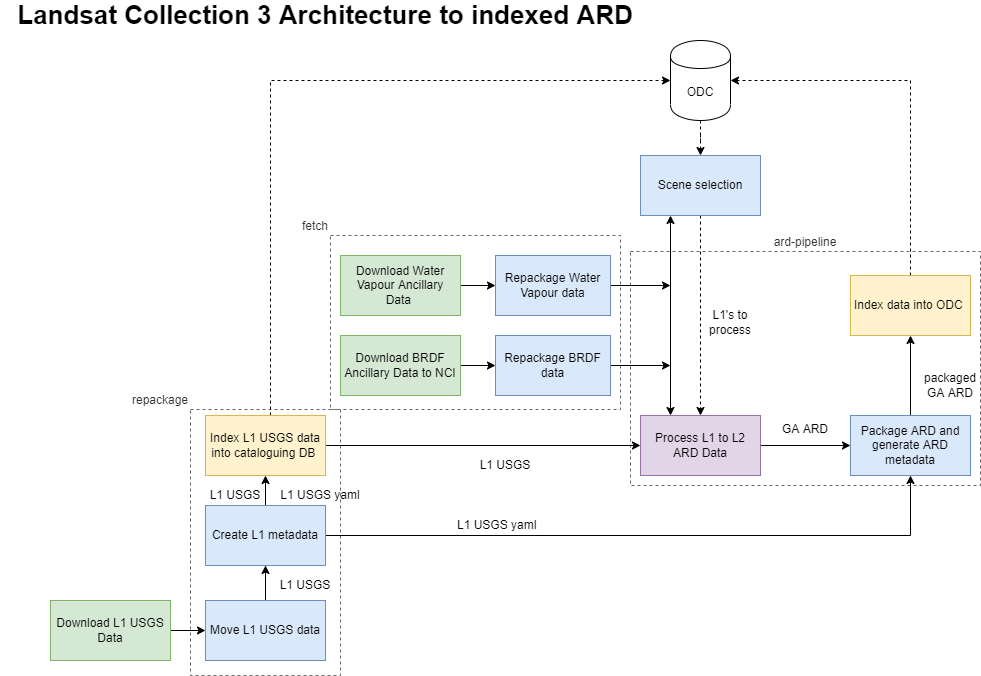
Earlier version of the draw.io export collection3/c3dataflow.drawio.png (dunkgray/dea-document-images). Source tidied: cells renumbered, new cells last; positions are measured from the earlier drawing's top-left corner, leaving out a move shared by most shapes.
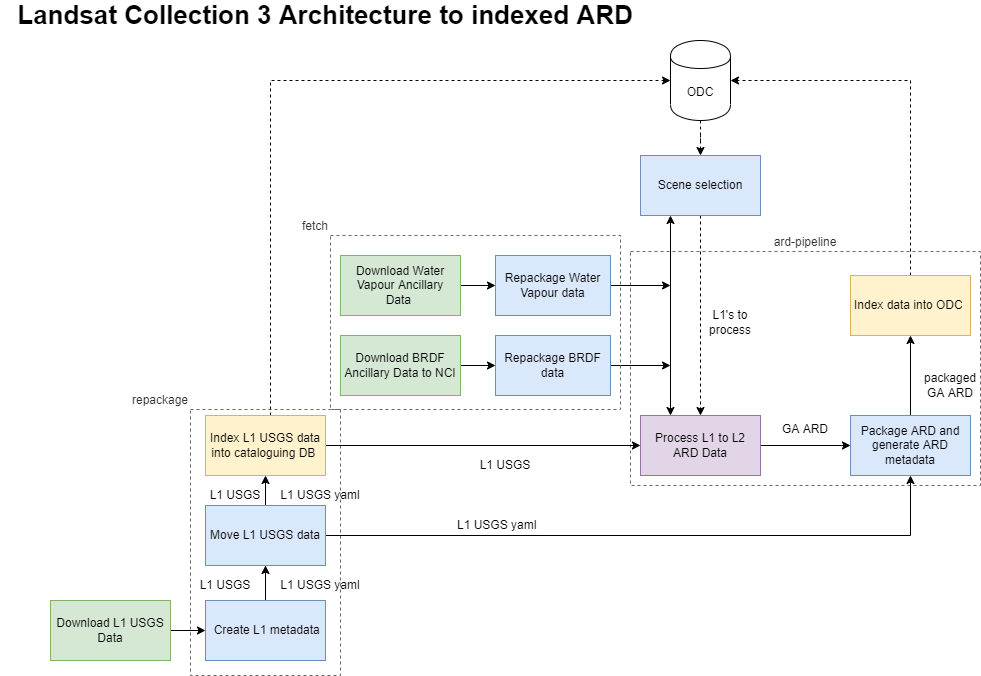
Later version of the same file.

The edit, as a diff of the source:
```diff
@@ -57,7 +57,7 @@
     <mxCell id="18" style="edgeStyle=orthogonalEdgeStyle;rounded=0;jettySize=auto;html=1;" parent="1" edge="1" source="19" target="32">
       <mxGeometry relative="1" as="geometry" />
     </mxCell>
-    <mxCell id="19" value="Move L1 USGS data" style="rounded=0;whiteSpace=wrap;html=1;fillColor=#dae8fc;strokeColor=#6c8ebf;" parent="1" vertex="1">
+    <mxCell id="19" value="&amp;nbsp;Create L1 metadata" style="rounded=0;whiteSpace=wrap;html=1;fillColor=#dae8fc;strokeColor=#6c8ebf;" parent="1" vertex="1">
       <mxGeometry x="205" y="595" width="120" height="60" as="geometry" />
     </mxCell>
     <mxCell id="20" style="edgeStyle=orthogonalEdgeStyle;rounded=0;jettySize=auto;html=1;exitX=1;exitY=0.5;exitDx=0;exitDy=0;entryX=0;entryY=0.5;entryDx=0;entryDy=0;" parent="1" edge="1" source="21" target="36">
@@ -80,7 +80,7 @@
       <mxGeometry x="205" y="410" width="120" height="60" as="geometry" />
     </mxCell>
     <mxCell id="25" value="L1 USGS" style="text;html=1;strokeColor=none;fillColor=none;align=center;verticalAlign=middle;whiteSpace=wrap;rounded=0;" parent="1" vertex="1">
-      <mxGeometry x="270" y="570" width="70" height="20" as="geometry" />
+      <mxGeometry x="190" y="570" width="70" height="20" as="geometry" />
     </mxCell>
     <mxCell id="26" style="edgeStyle=orthogonalEdgeStyle;rounded=0;orthogonalLoop=1;jettySize=auto;html=1;exitX=0.5;exitY=0;exitDx=0;exitDy=0;" parent="1" edge="1">
       <mxGeometry relative="1" as="geometry">
@@ -103,7 +103,7 @@
     <mxCell id="31" style="edgeStyle=orthogonalEdgeStyle;rounded=0;jettySize=auto;html=1;exitX=1;exitY=0.5;exitDx=0;exitDy=0;entryX=0.5;entryY=1;entryDx=0;entryDy=0;" parent="1" edge="1" source="32" target="36">
       <mxGeometry relative="1" as="geometry" />
     </mxCell>
-    <mxCell id="32" value="Create L1 metadata" style="rounded=0;whiteSpace=wrap;html=1;fillColor=#dae8fc;strokeColor=#6c8ebf;" parent="1" vertex="1">
+    <mxCell id="32" value="&lt;span&gt;Move L1 USGS data&lt;/span&gt;" style="rounded=0;whiteSpace=wrap;html=1;fillColor=#dae8fc;strokeColor=#6c8ebf;" parent="1" vertex="1">
       <mxGeometry x="205" y="500" width="120" height="60" as="geometry" />
     </mxCell>
     <mxCell id="33" value="L1 USGS yaml" style="text;html=1;strokeColor=none;fillColor=none;align=center;verticalAlign=middle;whiteSpace=wrap;rounded=0;" parent="1" vertex="1">
@@ -139,5 +139,8 @@
     <mxCell id="43" value="L1 USGS" style="text;html=1;strokeColor=none;fillColor=none;align=center;verticalAlign=middle;whiteSpace=wrap;rounded=0;" parent="1" vertex="1">
       <mxGeometry x="200" y="480" width="70" height="20" as="geometry" />
     </mxCell>
+    <mxCell id="44" value="L1 USGS yaml" style="text;html=1;strokeColor=none;fillColor=none;align=center;verticalAlign=middle;whiteSpace=wrap;rounded=0;" parent="1" vertex="1">
+      <mxGeometry x="270" y="570" width="100" height="20" as="geometry" />
+    </mxCell>
   </root>
 </mxGraphModel>
```
